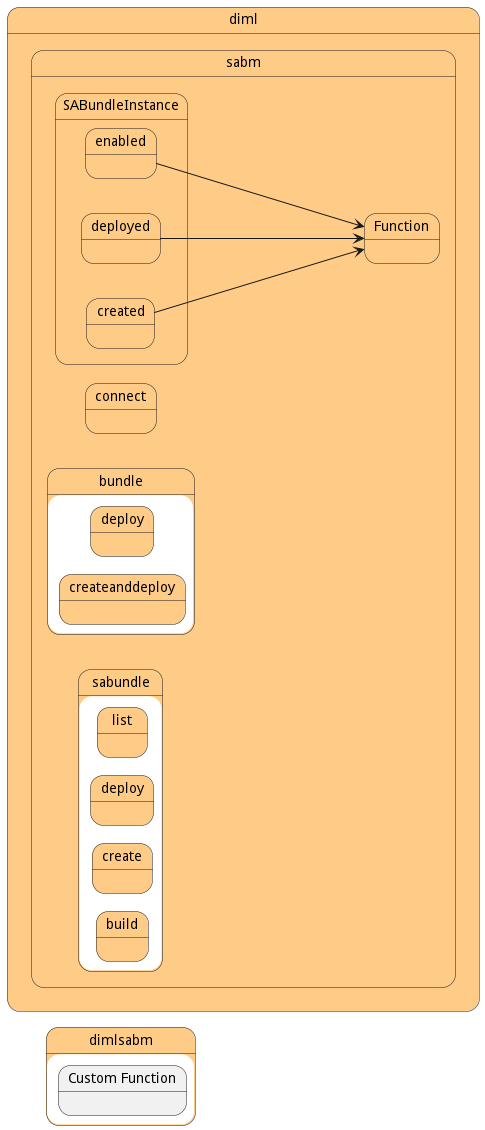
Above: docs/sabr/diml/sabm/process.png in madajaju/sabr (PlantUML), before the change.
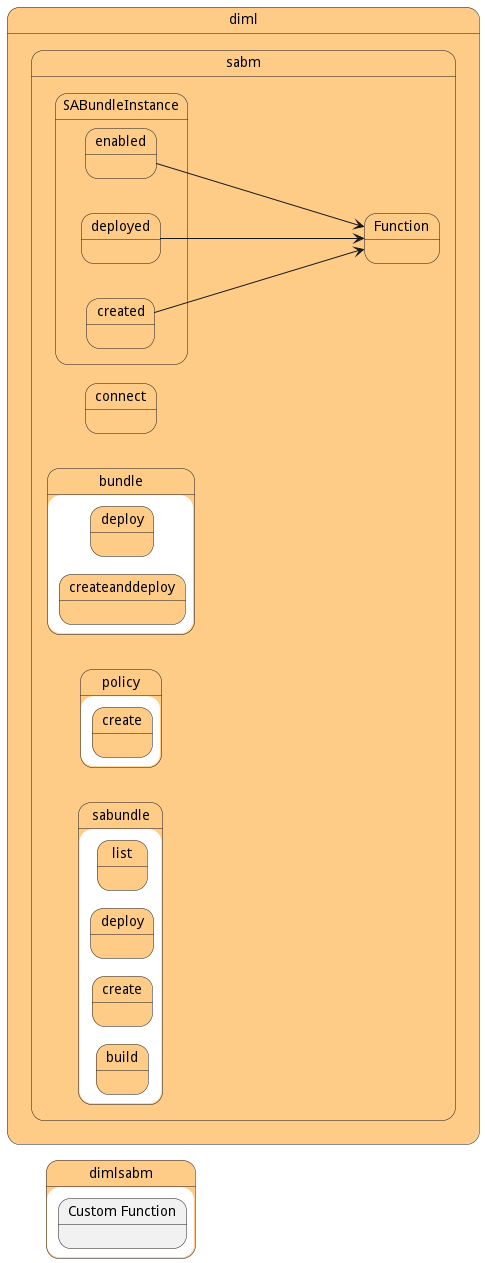
Later version of the same file.

The edit, as a diff of the source:
```diff
@@ -35,6 +35,16 @@
 state "sabm" as dimlsabm #ffcc88 {
 state "bundle" as dimlsabmbundle #ffcc88 {
 state "deploy" as dimlsabmbundledeploy #ffcc88 {
+}
+}
+}
+}
+
+
+        state "diml" as diml #ffcc88 {
+state "sabm" as dimlsabm #ffcc88 {
+state "policy" as dimlsabmpolicy #ffcc88 {
+state "create" as dimlsabmpolicycreate #ffcc88 {
 }
 }
 }
```
